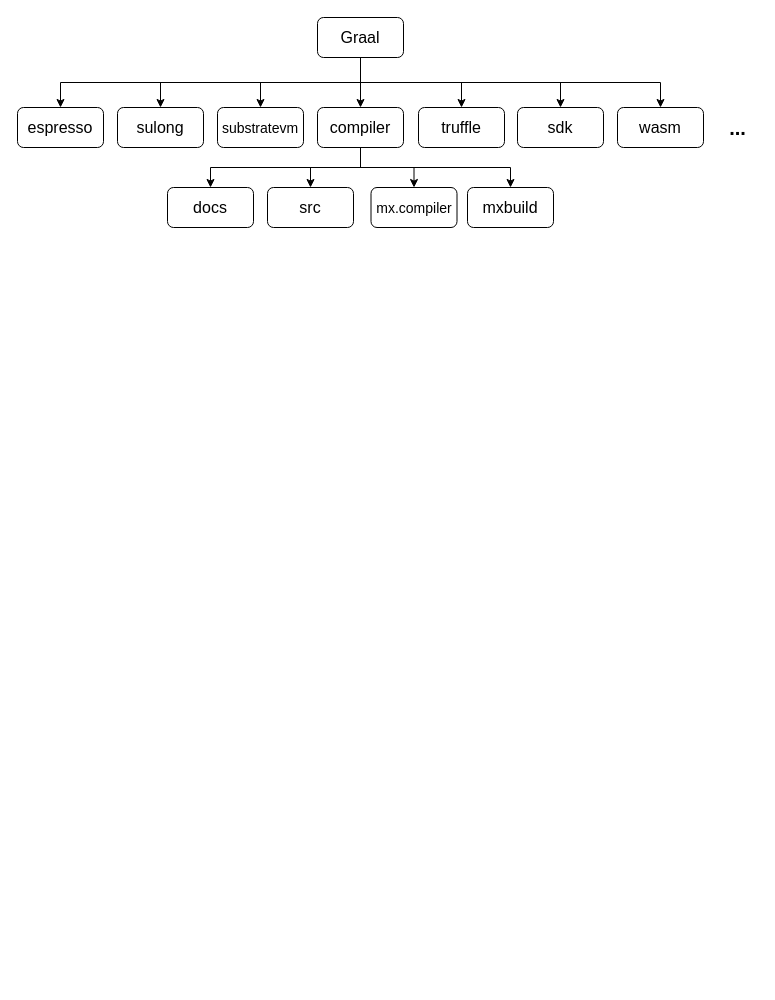
f123888/Draw.IO keeps this draw.io diagram as GraalVM.drawio. Above is the earlier version. Source tidied: cells renumbered, new cells numbered last; positions are measured from the earlier drawing's top-left corner, leaving out a move shared by most shapes. Both pictures are drawn from the tidied source at 100%, with x=0, y=0 at pixel (17, 17).
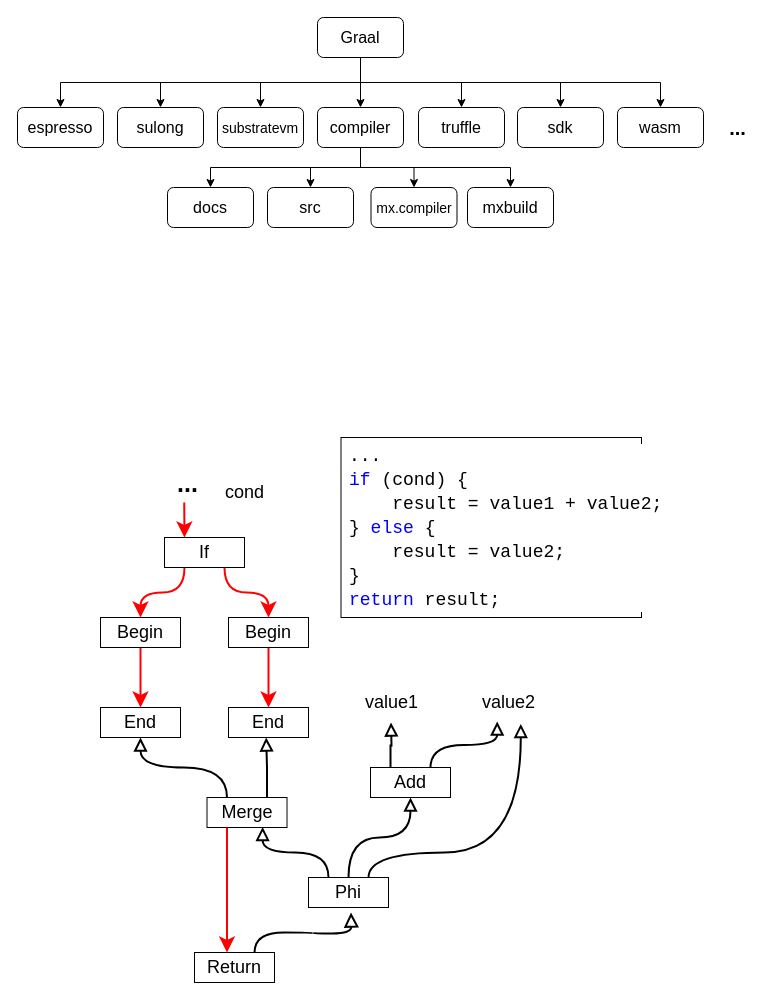
Above is the later version.

The edit, as a diff of the source:
```diff
@@
+    <mxCell id="26" style="edgeStyle=orthogonalEdgeStyle;rounded=0;jettySize=auto;html=1;exitX=0.25;exitY=1;exitDx=0;exitDy=0;entryX=0.5;entryY=0;entryDx=0;entryDy=0;fontColor=light-dark(#ff0000, #ededed);strokeColor=#FF0000;endSize=10;strokeWidth=2;curved=1;" parent="1" edge="1" source="28" target="30">
+      <mxGeometry relative="1" as="geometry" />
+    </mxCell>
+    <mxCell id="27" style="edgeStyle=orthogonalEdgeStyle;rounded=0;jettySize=auto;html=1;exitX=0.75;exitY=1;exitDx=0;exitDy=0;entryX=0.5;entryY=0;entryDx=0;entryDy=0;fontColor=light-dark(#ff0000, #ededed);strokeColor=#FF0000;endSize=10;strokeWidth=2;curved=1;" parent="1" edge="1" source="28" target="32">
+      <mxGeometry relative="1" as="geometry" />
+    </mxCell>
+    <mxCell id="28" value="&lt;font style=&quot;font-size: 18px;&quot;&gt;If&lt;/font&gt;" style="rounded=0;whiteSpace=wrap;html=1;" parent="1" vertex="1">
+      <mxGeometry x="147" y="520" width="80" height="30" as="geometry" />
+    </mxCell>
+    <mxCell id="29" style="edgeStyle=orthogonalEdgeStyle;rounded=0;jettySize=auto;html=1;exitX=0.5;exitY=1;exitDx=0;exitDy=0;entryX=0.5;entryY=0;entryDx=0;entryDy=0;fontColor=light-dark(#ff0000, #ededed);strokeColor=#FF0000;endSize=10;strokeWidth=2;" parent="1" edge="1" source="30" target="33">
+      <mxGeometry relative="1" as="geometry" />
+    </mxCell>
+    <mxCell id="30" value="&lt;font style=&quot;font-size: 18px;&quot;&gt;Begin&lt;/font&gt;" style="rounded=0;whiteSpace=wrap;html=1;" parent="1" vertex="1">
+      <mxGeometry x="83" y="600" width="80" height="30" as="geometry" />
+    </mxCell>
+    <mxCell id="31" style="edgeStyle=orthogonalEdgeStyle;rounded=0;jettySize=auto;html=1;exitX=0.5;exitY=1;exitDx=0;exitDy=0;entryX=0.5;entryY=0;entryDx=0;entryDy=0;fontColor=light-dark(#ff0000, #ededed);strokeColor=#FF0000;endSize=10;strokeWidth=2;" parent="1" edge="1" source="32" target="34">
+      <mxGeometry relative="1" as="geometry" />
+    </mxCell>
+    <mxCell id="32" value="&lt;font style=&quot;font-size: 18px;&quot;&gt;Begin&lt;/font&gt;" style="rounded=0;whiteSpace=wrap;html=1;" parent="1" vertex="1">
+      <mxGeometry x="211" y="600" width="80" height="30" as="geometry" />
+    </mxCell>
+    <mxCell id="33" value="&lt;font style=&quot;font-size: 18px;&quot;&gt;End&lt;/font&gt;" style="rounded=0;whiteSpace=wrap;html=1;" parent="1" vertex="1">
+      <mxGeometry x="83" y="690" width="80" height="30" as="geometry" />
+    </mxCell>
+    <mxCell id="34" value="&lt;font style=&quot;font-size: 18px;&quot;&gt;End&lt;/font&gt;" style="rounded=0;whiteSpace=wrap;html=1;" parent="1" vertex="1">
+      <mxGeometry x="211" y="690" width="80" height="30" as="geometry" />
+    </mxCell>
+    <mxCell id="35" style="edgeStyle=orthogonalEdgeStyle;rounded=0;jettySize=auto;html=1;exitX=0.25;exitY=0;exitDx=0;exitDy=0;entryX=0.5;entryY=1;entryDx=0;entryDy=0;endArrow=block;endFill=0;strokeWidth=2;endSize=9;curved=1;" parent="1" edge="1" source="36" target="33">
+      <mxGeometry relative="1" as="geometry" />
+    </mxCell>
+    <mxCell id="36" value="&lt;font style=&quot;font-size: 18px;&quot;&gt;Merge&lt;/font&gt;" style="rounded=0;whiteSpace=wrap;html=1;" parent="1" vertex="1">
+      <mxGeometry x="189.5" y="780" width="80" height="30" as="geometry" />
+    </mxCell>
+    <mxCell id="37" value="&lt;font style=&quot;font-size: 18px;&quot;&gt;Add&lt;/font&gt;" style="rounded=0;whiteSpace=wrap;html=1;" parent="1" vertex="1">
+      <mxGeometry x="353" y="750" width="80" height="30" as="geometry" />
+    </mxCell>
+    <mxCell id="38" style="edgeStyle=orthogonalEdgeStyle;rounded=0;jettySize=auto;html=1;exitX=0.5;exitY=0;exitDx=0;exitDy=0;entryX=0.5;entryY=1;entryDx=0;entryDy=0;endArrow=block;endFill=0;strokeWidth=2;endSize=9;curved=1;" parent="1" edge="1" source="39" target="37">
+      <mxGeometry relative="1" as="geometry" />
+    </mxCell>
+    <mxCell id="39" value="&lt;font style=&quot;font-size: 18px;&quot;&gt;Phi&lt;/font&gt;" style="rounded=0;whiteSpace=wrap;html=1;" parent="1" vertex="1">
+      <mxGeometry x="291" y="860" width="80" height="30" as="geometry" />
+    </mxCell>
+    <mxCell id="40" style="edgeStyle=orthogonalEdgeStyle;rounded=0;jettySize=auto;html=1;exitX=0.75;exitY=0;exitDx=0;exitDy=0;curved=1;endArrow=block;endFill=0;endSize=10;strokeWidth=2;" parent="1" edge="1" source="41">
+      <mxGeometry relative="1" as="geometry">
+        <mxPoint x="333.5" y="895" as="targetPoint" />
+      </mxGeometry>
+    </mxCell>
+    <mxCell id="41" value="&lt;font style=&quot;font-size: 18px;&quot;&gt;Return&lt;/font&gt;" style="rounded=0;whiteSpace=wrap;html=1;" parent="1" vertex="1">
+      <mxGeometry x="177" y="935" width="80" height="30" as="geometry" />
+    </mxCell>
+    <mxCell id="42" value="&lt;font style=&quot;font-size: 25px;&quot;&gt;&lt;b style=&quot;&quot;&gt;...&lt;/b&gt;&lt;/font&gt;" style="text;html=1;align=center;verticalAlign=middle;points=[];strokeColor=none;fillColor=none;" parent="1" vertex="1">
+      <mxGeometry x="149.5" y="445" width="40" height="40" as="geometry" />
+    </mxCell>
+    <mxCell id="43" value="&lt;font style=&quot;font-size: 18px;&quot;&gt;cond&lt;/font&gt;" style="text;html=1;align=center;verticalAlign=middle;strokeColor=none;fillColor=none;" parent="1" vertex="1">
+      <mxGeometry x="197" y="455" width="60" height="40" as="geometry" />
+    </mxCell>
+    <mxCell id="44" value="&lt;div style=&quot;background-color: rgb(255, 255, 255); font-family: Consolas, &amp;quot;Courier New&amp;quot;, monospace; font-size: 18px; line-height: 24px; white-space: pre;&quot;&gt;&lt;div&gt;...&lt;/div&gt;&lt;div&gt;&lt;span style=&quot;color: #0000ff;&quot;&gt;if&lt;/span&gt; (cond) {&lt;/div&gt;&lt;div&gt;&amp;nbsp; &amp;nbsp; result = value1 + value2;&lt;/div&gt;&lt;div&gt;} &lt;span style=&quot;color: #0000ff;&quot;&gt;else&lt;/span&gt; {&lt;/div&gt;&lt;div&gt;&amp;nbsp; &amp;nbsp; result = value2;&lt;/div&gt;&lt;div&gt;}&lt;/div&gt;&lt;div&gt;&lt;span style=&quot;color: #0000ff;&quot;&gt;return&lt;/span&gt; result;&lt;/div&gt;&lt;/div&gt;" style="rounded=0;whiteSpace=wrap;html=1;align=left;spacing=8;" parent="1" vertex="1">
+      <mxGeometry x="323.5" y="420" width="300.5" height="180" as="geometry" />
+    </mxCell>
+    <mxCell id="45" style="endArrow=classic;html=1;rounded=0;exitX=0.431;exitY=1;exitDx=0;exitDy=0;exitPerimeter=0;entryX=0.25;entryY=0;entryDx=0;entryDy=0;fontColor=light-dark(#ff0000, #ededed);strokeColor=#FF0000;endSize=10;strokeWidth=2;" parent="1" edge="1" source="42" target="28">
+      <mxGeometry relative="1" as="geometry" />
+    </mxCell>
+    <mxCell id="46" style="edgeStyle=orthogonalEdgeStyle;rounded=0;jettySize=auto;html=1;exitX=0.75;exitY=0;exitDx=0;exitDy=0;entryX=0.471;entryY=1;entryDx=0;entryDy=0;entryPerimeter=0;endArrow=block;endFill=0;strokeWidth=2;endSize=9;" parent="1" edge="1" source="36" target="34">
+      <mxGeometry relative="1" as="geometry" />
+    </mxCell>
+    <mxCell id="47" style="edgeStyle=orthogonalEdgeStyle;rounded=0;jettySize=auto;html=1;exitX=0.25;exitY=1;exitDx=0;exitDy=0;fontColor=light-dark(#ff0000, #ededed);strokeColor=#FF0000;endSize=10;strokeWidth=2;" parent="1" edge="1" source="36">
+      <mxGeometry relative="1" as="geometry">
+        <mxPoint x="209.5" y="935" as="targetPoint" />
+      </mxGeometry>
+    </mxCell>
+    <mxCell id="48" value="&lt;font style=&quot;font-size: 18px;&quot;&gt;value1&lt;/font&gt;" style="text;html=1;align=center;verticalAlign=middle;strokeColor=none;fillColor=none;" parent="1" vertex="1">
+      <mxGeometry x="333.5" y="665" width="80" height="40" as="geometry" />
+    </mxCell>
+    <mxCell id="49" value="&lt;font style=&quot;font-size: 18px;&quot;&gt;value2&lt;/font&gt;" style="text;html=1;align=center;verticalAlign=middle;points=[];strokeColor=none;fillColor=none;" parent="1" vertex="1">
+      <mxGeometry x="450.5" y="665" width="80" height="40" as="geometry" />
+    </mxCell>
+    <mxCell id="50" style="edgeStyle=orthogonalEdgeStyle;rounded=0;jettySize=auto;html=1;exitX=0.25;exitY=0;exitDx=0;exitDy=0;endArrow=block;endFill=0;strokeWidth=2;endSize=9;" parent="1" edge="1" source="37">
+      <mxGeometry relative="1" as="geometry">
+        <mxPoint x="373.5" y="705" as="targetPoint" />
+      </mxGeometry>
+    </mxCell>
+    <mxCell id="51" style="edgeStyle=orthogonalEdgeStyle;rounded=0;jettySize=auto;html=1;exitX=0.75;exitY=0;exitDx=0;exitDy=0;entryX=0.365;entryY=0.974;entryDx=0;entryDy=0;entryPerimeter=0;endArrow=block;endFill=0;strokeWidth=2;endSize=9;curved=1;" parent="1" edge="1" source="37" target="49">
+      <mxGeometry relative="1" as="geometry" />
+    </mxCell>
+    <mxCell id="52" style="edgeStyle=orthogonalEdgeStyle;rounded=0;jettySize=auto;html=1;exitX=0.25;exitY=0;exitDx=0;exitDy=0;entryX=0.695;entryY=0.981;entryDx=0;entryDy=0;entryPerimeter=0;endArrow=block;endFill=0;strokeWidth=2;endSize=9;curved=1;" parent="1" edge="1" source="39" target="36">
+      <mxGeometry relative="1" as="geometry" />
+    </mxCell>
+    <mxCell id="53" style="edgeStyle=orthogonalEdgeStyle;rounded=0;jettySize=auto;html=1;exitX=0.75;exitY=0;exitDx=0;exitDy=0;entryX=0.66;entryY=1.035;entryDx=0;entryDy=0;entryPerimeter=0;endArrow=block;endFill=0;strokeWidth=2;endSize=9;curved=1;" parent="1" edge="1" source="39" target="49">
+      <mxGeometry relative="1" as="geometry">
+        <Array as="points">
+          <mxPoint x="351.5" y="835" />
+          <mxPoint x="503.5" y="835" />
+        </Array>
+      </mxGeometry>
+    </mxCell>
```
